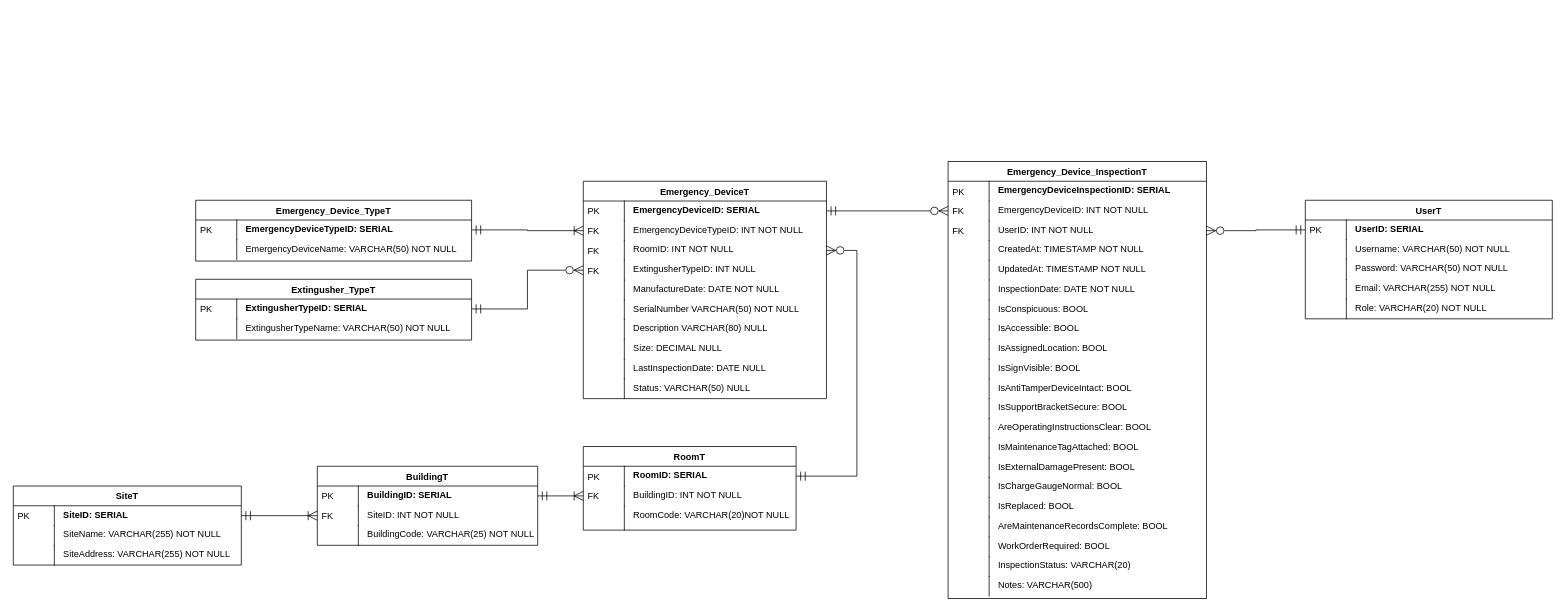
The draw.io diagram Diagrams/ERD/erd.drawio in AlexGithub777/BAP---Project, before the edit. Source tidied: cells renumbered, new cells numbered last; positions are measured from the earlier drawing's top-left corner, leaving out a move shared by most shapes. Both pictures are drawn from the tidied source at 76%, with x=0, y=0 at pixel (13, 161).
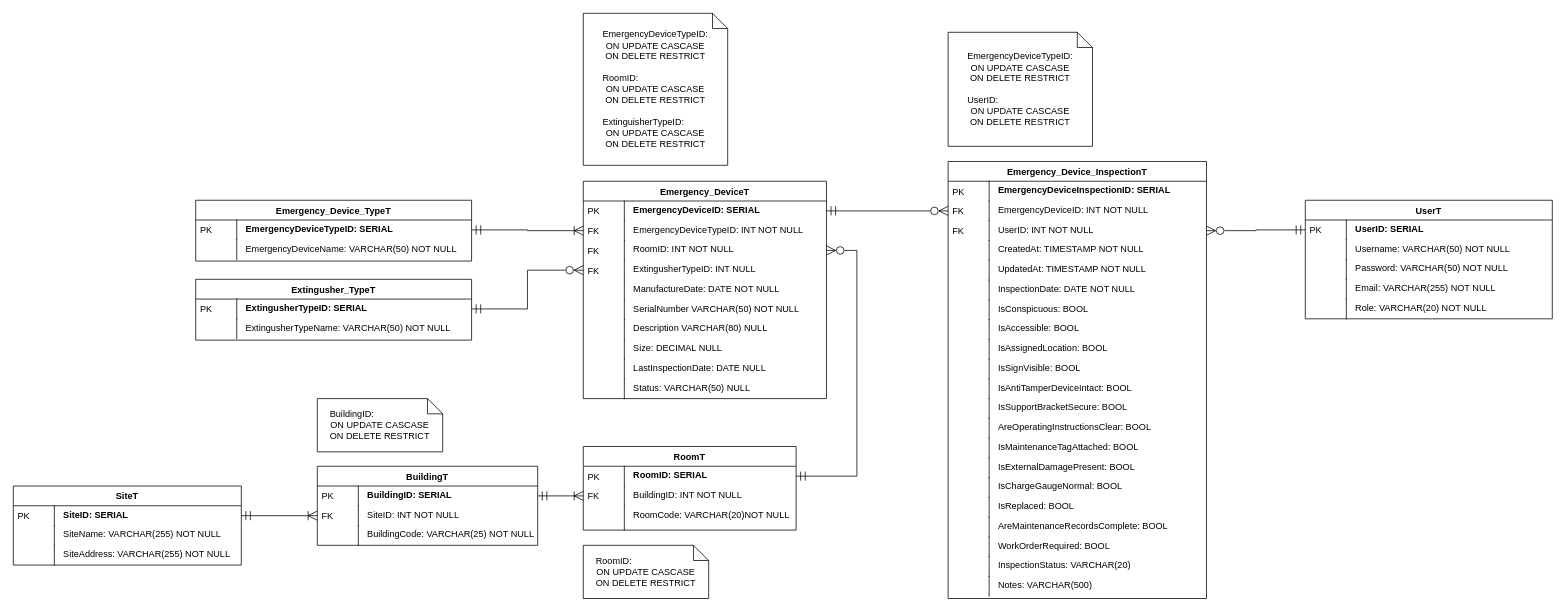
The same page after the edit.

What changed in the source:
```diff
@@
+    <mxCell id="115" value="&lt;div style=&quot;text-align: left;&quot;&gt;&lt;span style=&quot;background-color: initial;&quot;&gt;BuildingID:&lt;/span&gt;&lt;/div&gt;ON UPDATE CASCASE&lt;br&gt;&lt;div style=&quot;text-align: left;&quot;&gt;ON DELETE RESTRICT&lt;br&gt;&lt;/div&gt;" style="shape=note;size=20;whiteSpace=wrap;html=1;" parent="1" vertex="1">
+      <mxGeometry x="400" y="312" width="165" height="70" as="geometry" />
+    </mxCell>
+    <mxCell id="116" value="&lt;div style=&quot;text-align: left;&quot;&gt;&lt;span style=&quot;background-color: initial;&quot;&gt;RoomID:&lt;/span&gt;&lt;/div&gt;ON UPDATE CASCASE&lt;br&gt;&lt;div style=&quot;text-align: left;&quot;&gt;ON DELETE RESTRICT&lt;br&gt;&lt;/div&gt;" style="shape=note;size=20;whiteSpace=wrap;html=1;" parent="1" vertex="1">
+      <mxGeometry x="750" y="505" width="165" height="70" as="geometry" />
+    </mxCell>
+    <mxCell id="117" value="&lt;div style=&quot;text-align: left;&quot;&gt;&lt;span style=&quot;background-color: initial; text-align: center;&quot;&gt;EmergencyDeviceTypeID&lt;/span&gt;&lt;span style=&quot;background-color: initial;&quot;&gt;:&lt;/span&gt;&lt;/div&gt;&lt;div style=&quot;&quot;&gt;&lt;span style=&quot;text-align: center;&quot;&gt;ON UPDATE CASCASE&lt;/span&gt;&lt;br style=&quot;text-align: center;&quot;&gt;&lt;div&gt;ON DELETE RESTRICT&lt;/div&gt;&lt;div&gt;&lt;br&gt;&lt;/div&gt;&lt;div&gt;&lt;div style=&quot;text-align: left;&quot;&gt;&lt;span style=&quot;background-color: initial;&quot;&gt;RoomID&lt;/span&gt;&lt;span style=&quot;background-color: initial;&quot;&gt;:&lt;/span&gt;&lt;/div&gt;&lt;div&gt;&lt;span style=&quot;text-align: center;&quot;&gt;ON UPDATE CASCASE&lt;/span&gt;&lt;br style=&quot;text-align: center;&quot;&gt;&lt;div&gt;ON DELETE RESTRICT&lt;br&gt;&lt;br&gt;&lt;div style=&quot;text-align: left;&quot;&gt;&lt;span style=&quot;text-align: left; background-color: initial;&quot;&gt;ExtinguisherTypeID&lt;/span&gt;&lt;span style=&quot;background-color: initial;&quot;&gt;:&lt;/span&gt;&lt;/div&gt;&lt;div&gt;&lt;span style=&quot;text-align: center;&quot;&gt;ON UPDATE CASCASE&lt;/span&gt;&lt;br style=&quot;text-align: center;&quot;&gt;&lt;div&gt;ON DELETE RESTRICT&lt;/div&gt;&lt;/div&gt;&lt;/div&gt;&lt;/div&gt;&lt;/div&gt;&lt;/div&gt;" style="shape=note;size=20;whiteSpace=wrap;html=1;" parent="1" vertex="1">
+      <mxGeometry x="750" y="-195" width="190" height="200" as="geometry" />
+    </mxCell>
+    <mxCell id="118" value="&lt;div style=&quot;text-align: left;&quot;&gt;&lt;span style=&quot;background-color: initial; text-align: center;&quot;&gt;EmergencyDeviceTypeID&lt;/span&gt;&lt;span style=&quot;background-color: initial;&quot;&gt;:&lt;/span&gt;&lt;/div&gt;&lt;div style=&quot;&quot;&gt;&lt;span style=&quot;text-align: center;&quot;&gt;ON UPDATE CASCASE&lt;/span&gt;&lt;br style=&quot;text-align: center;&quot;&gt;&lt;div&gt;ON DELETE RESTRICT&lt;/div&gt;&lt;div&gt;&lt;br&gt;&lt;/div&gt;&lt;div&gt;&lt;div style=&quot;text-align: left;&quot;&gt;&lt;span style=&quot;background-color: initial; text-align: center;&quot;&gt;UserID&lt;/span&gt;&lt;span style=&quot;background-color: initial;&quot;&gt;:&lt;/span&gt;&lt;/div&gt;&lt;div&gt;&lt;span style=&quot;text-align: center;&quot;&gt;ON UPDATE CASCASE&lt;/span&gt;&lt;br style=&quot;text-align: center;&quot;&gt;&lt;div&gt;ON DELETE RESTRICT&lt;/div&gt;&lt;/div&gt;&lt;/div&gt;&lt;/div&gt;" style="shape=note;size=20;whiteSpace=wrap;html=1;" parent="1" vertex="1">
+      <mxGeometry x="1230" y="-170" width="190" height="150" as="geometry" />
+    </mxCell>
```
